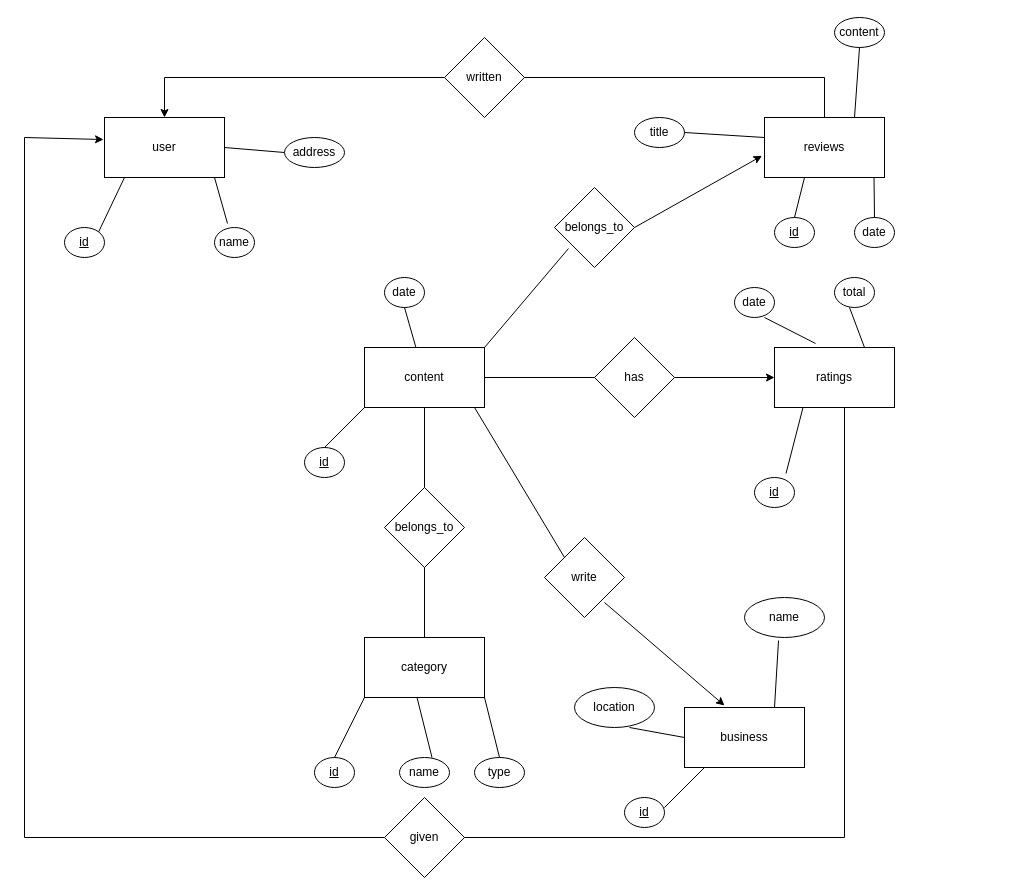
This is Untitled Diagram.drawio from aTyro1/daa, a draw.io file, before an edit. Source tidied: cells renumbered, new cells numbered last; positions are measured from the earlier drawing's top-left corner, leaving out a move shared by most shapes. Both pictures are drawn from the tidied source at 100%, with x=0, y=0 at pixel (24, 17).
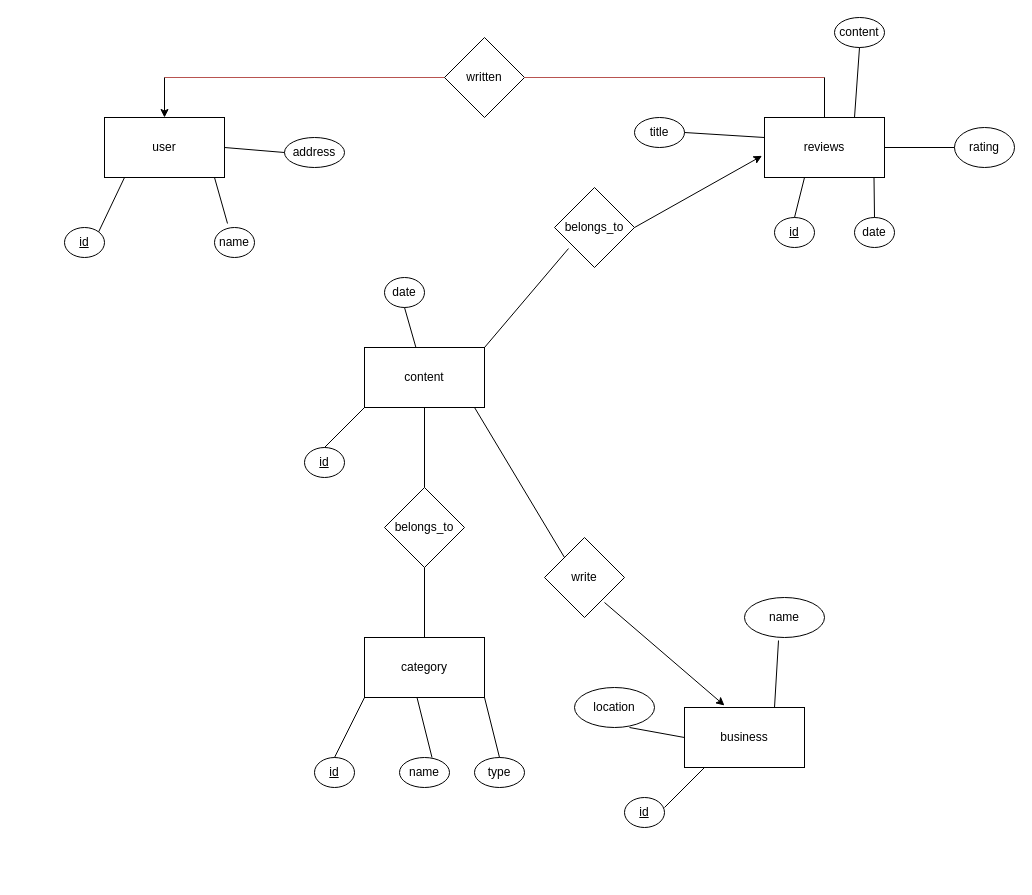
The same diagram, later.

Unchanged cells that the change refers to:
```xml
<mxCell id="2" value="user" style="rounded=0;whiteSpace=wrap;html=1;" parent="1" vertex="1">
  <mxGeometry x="80" y="100" width="120" height="60" as="geometry" />
</mxCell>
<mxCell id="3" value="content" style="rounded=0;whiteSpace=wrap;html=1;" parent="1" vertex="1">
  <mxGeometry x="340" y="330" width="120" height="60" as="geometry" />
</mxCell>
<mxCell id="21" value="written" style="rhombus;whiteSpace=wrap;html=1;" parent="1" vertex="1">
  <mxGeometry x="420" y="20" width="80" height="80" as="geometry" />
</mxCell>
```

What changed in the source:
```diff
@@
-    <mxCell id="9" value="ratings" style="rounded=0;whiteSpace=wrap;html=1;" parent="1" vertex="1">
-      <mxGeometry x="750" y="330" width="120" height="60" as="geometry" />
-    </mxCell>
-    <mxCell id="10" value="has" style="rhombus;whiteSpace=wrap;html=1;" parent="1" vertex="1">
-      <mxGeometry x="570" y="320" width="80" height="80" as="geometry" />
-    </mxCell>
-    <mxCell id="11" style="endArrow=none;html=1;rounded=0;exitX=1;exitY=0.5;exitDx=0;exitDy=0;entryX=0;entryY=0.5;entryDx=0;entryDy=0;" parent="1" edge="1" source="3" target="10">
-      <mxGeometry relative="1" as="geometry" />
-    </mxCell>
-    <mxCell id="12" style="endArrow=classic;html=1;rounded=0;exitX=1;exitY=0.5;exitDx=0;exitDy=0;" parent="1" edge="1" source="10">
-      <mxGeometry relative="1" as="geometry">
-        <mxPoint x="750" y="360" as="targetPoint" />
-      </mxGeometry>
-    </mxCell>
@@
-    <mxCell id="20" style="endArrow=none;html=1;rounded=0;" parent="1" edge="1" target="21">
+    <mxCell id="20" style="endArrow=none;html=1;rounded=0;fillColor=#f8cecc;strokeColor=#b85450;" parent="1" edge="1" target="21">
       <mxGeometry relative="1" as="geometry">
         <mxPoint x="140" y="60" as="sourcePoint" />
       </mxGeometry>
     </mxCell>
@@
-    <mxCell id="22" style="endArrow=none;html=1;rounded=0;" parent="1" edge="1">
+    <mxCell id="22" style="endArrow=none;html=1;rounded=0;fillColor=#f8cecc;strokeColor=#b85450;" parent="1" edge="1">
       <mxGeometry relative="1" as="geometry">
         <mxPoint x="500" y="60" as="sourcePoint" />
         <mxPoint x="800" y="60" as="targetPoint" />
       </mxGeometry>
     </mxCell>
@@
-    <mxCell id="29" style="endArrow=none;html=1;rounded=0;" parent="1" edge="1">
-      <mxGeometry relative="1" as="geometry">
-        <mxPoint y="820" as="sourcePoint" />
-        <mxPoint y="120" as="targetPoint" />
-      </mxGeometry>
-    </mxCell>
-    <mxCell id="30" style="endArrow=none;html=1;rounded=0;" parent="1" edge="1">
-      <mxGeometry relative="1" as="geometry">
-        <mxPoint y="820" as="sourcePoint" />
-        <mxPoint x="360" y="820" as="targetPoint" />
-      </mxGeometry>
-    </mxCell>
-    <mxCell id="31" value="given" style="rhombus;whiteSpace=wrap;html=1;" parent="1" vertex="1">
-      <mxGeometry x="360" y="780" width="80" height="80" as="geometry" />
-    </mxCell>
-    <mxCell id="32" style="endArrow=none;html=1;rounded=0;" parent="1" edge="1">
-      <mxGeometry relative="1" as="geometry">
-        <mxPoint x="440" y="820" as="sourcePoint" />
-        <mxPoint x="820" y="820" as="targetPoint" />
-      </mxGeometry>
-    </mxCell>
-    <mxCell id="33" style="endArrow=none;html=1;rounded=0;" parent="1" edge="1">
-      <mxGeometry relative="1" as="geometry">
-        <mxPoint x="820" y="820" as="sourcePoint" />
-        <mxPoint x="820" y="390" as="targetPoint" />
-      </mxGeometry>
-    </mxCell>
-    <mxCell id="34" value="&lt;u&gt;id&lt;/u&gt;" style="ellipse;whiteSpace=wrap;html=1;" parent="1" vertex="1">
-      <mxGeometry x="730" y="460" width="40" height="30" as="geometry" />
-    </mxCell>
-    <mxCell id="35" style="endArrow=none;html=1;rounded=0;exitX=0.7;exitY=-0.133;exitDx=0;exitDy=0;exitPerimeter=0;" parent="1" edge="1">
-      <mxGeometry relative="1" as="geometry">
-        <mxPoint x="761.5" y="456" as="sourcePoint" />
-        <mxPoint x="778.5" y="390" as="targetPoint" />
-      </mxGeometry>
-    </mxCell>
-    <mxCell id="36" value="date" style="ellipse;whiteSpace=wrap;html=1;" parent="1" vertex="1">
-      <mxGeometry x="710" y="270" width="40" height="30" as="geometry" />
-    </mxCell>
-    <mxCell id="37" style="endArrow=none;html=1;rounded=0;exitX=0.342;exitY=-0.067;exitDx=0;exitDy=0;exitPerimeter=0;" parent="1" edge="1" source="9">
-      <mxGeometry relative="1" as="geometry">
-        <mxPoint x="740" y="300" as="targetPoint" />
-      </mxGeometry>
-    </mxCell>
@@
-    <mxCell id="39" style="endArrow=none;html=1;rounded=0;exitX=0.75;exitY=0;exitDx=0;exitDy=0;" parent="1" edge="1" source="9">
-      <mxGeometry relative="1" as="geometry">
-        <mxPoint x="825" y="290" as="targetPoint" />
-      </mxGeometry>
-    </mxCell>
-    <mxCell id="40" style="endArrow=classic;html=1;rounded=0;entryX=-0.008;entryY=0.367;entryDx=0;entryDy=0;entryPerimeter=0;" parent="1" edge="1" target="2">
-      <mxGeometry relative="1" as="geometry">
-        <mxPoint y="120" as="sourcePoint" />
-      </mxGeometry>
-    </mxCell>
@@
-    <mxCell id="59" value="total" style="ellipse;whiteSpace=wrap;html=1;" parent="1" vertex="1">
-      <mxGeometry x="810" y="260" width="40" height="30" as="geometry" />
-    </mxCell>
@@
+    <mxCell id="67" value="rating" style="ellipse;whiteSpace=wrap;html=1;" parent="1" vertex="1">
+      <mxGeometry x="930" y="110" width="60" height="40" as="geometry" />
+    </mxCell>
+    <mxCell id="68" style="endArrow=none;html=1;rounded=0;entryX=0;entryY=0.5;entryDx=0;entryDy=0;" parent="1" edge="1" target="67">
+      <mxGeometry relative="1" as="geometry">
+        <mxPoint x="860" y="130" as="sourcePoint" />
+      </mxGeometry>
+    </mxCell>
```
